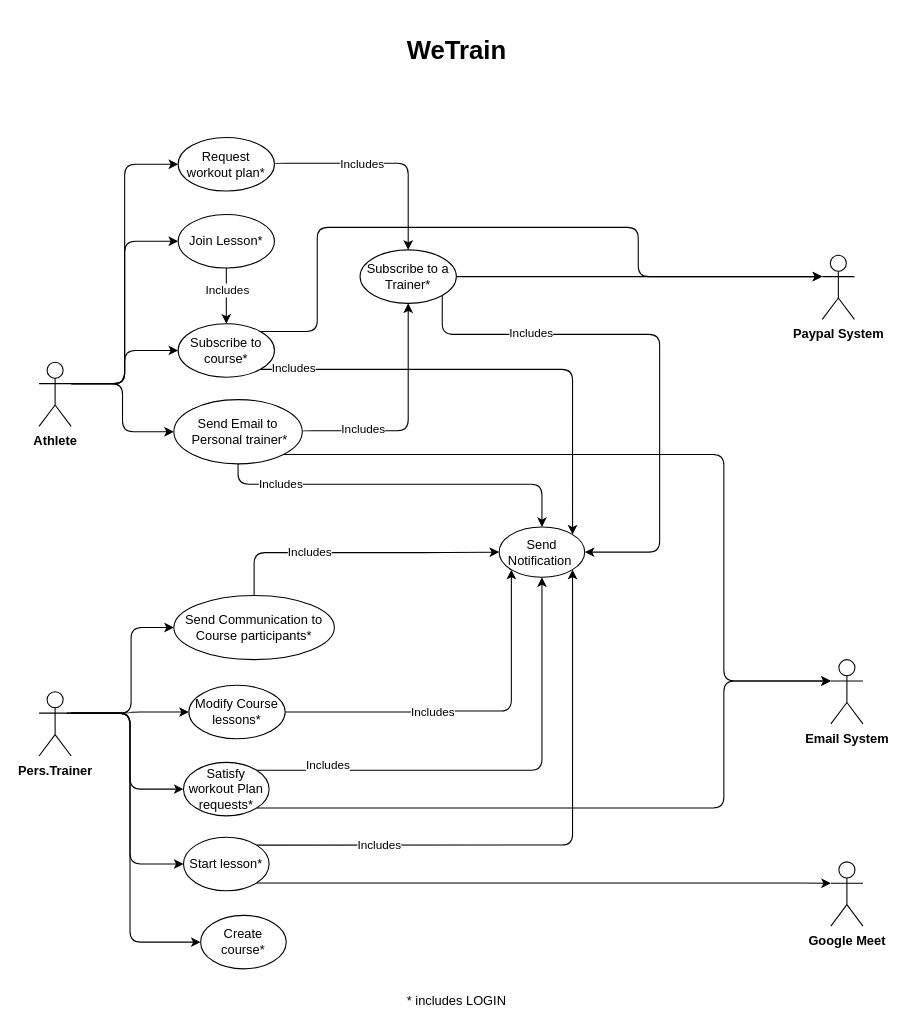
Earlier version of the draw.io diagram UCdiagram.drawio (Bobbarello00/WeTrain). Source tidied: cells renumbered, new cells numbered last; positions are measured from the earlier drawing's top-left corner, leaving out a move shared by most shapes. Both pictures are drawn from the tidied source at 107%, with x=0, y=0 at pixel (39, 24).
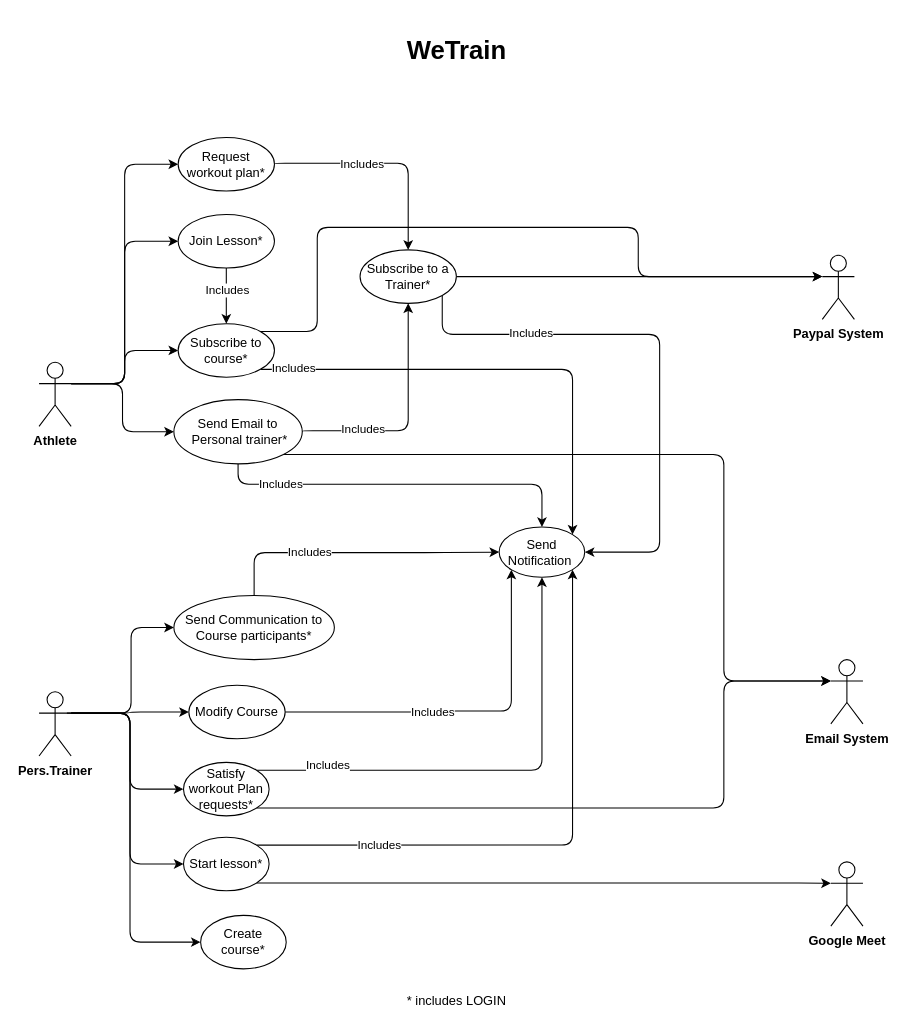
The same page after the edit.

Change to the diagram source:
```diff
@@
-    <mxCell id="18" value="Modify Course lessons*" style="ellipse;whiteSpace=wrap;html=1;rounded=1;" parent="1" vertex="1">
+    <mxCell id="18" value="Modify Course" style="ellipse;whiteSpace=wrap;html=1;rounded=1;" parent="1" vertex="1">
       <mxGeometry x="140" y="618" width="90" height="50" as="geometry" />
     </mxCell>
```
